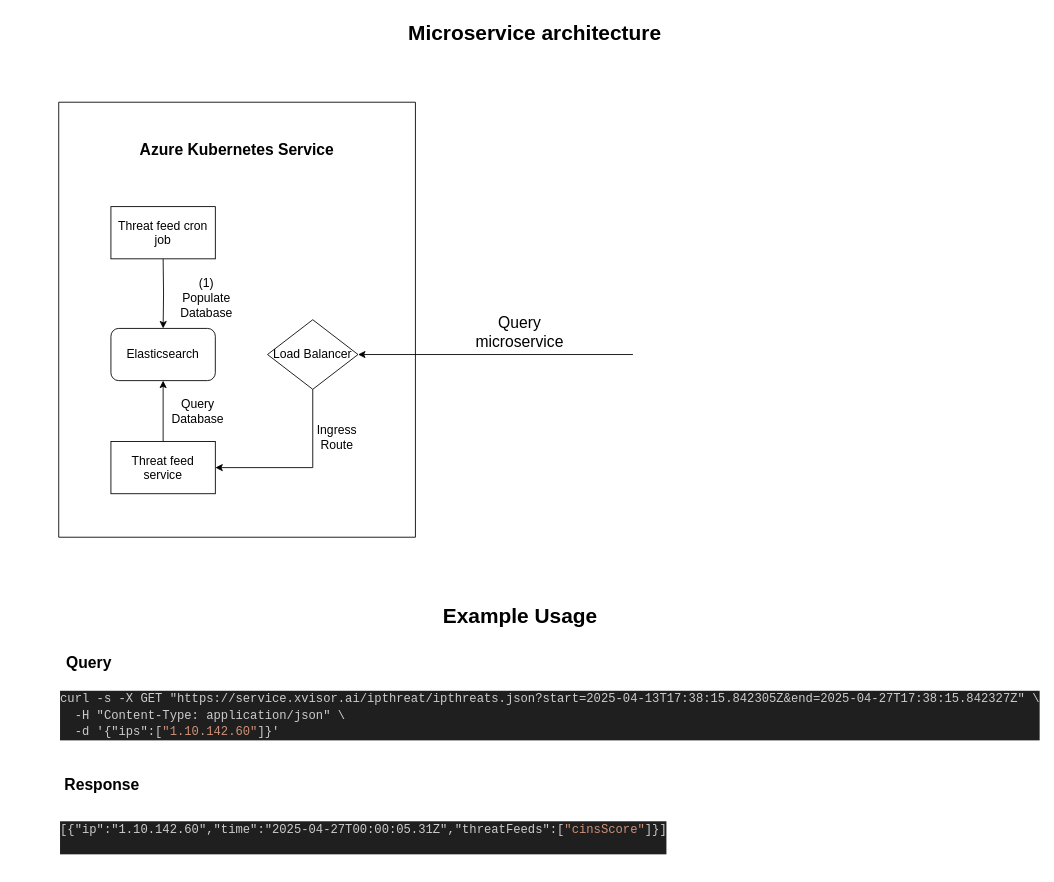
The draw.io diagram diagrams/threat-feeds-microservice.drawio in aNameNobodyChose/Ennetix-resume, before the edit. Source tidied: cells renumbered, new cells numbered last; positions are measured from the earlier drawing's top-left corner, leaving out a move shared by most shapes. Both pictures are drawn from the tidied source at 87%, with x=0, y=0 at pixel (15, 15).
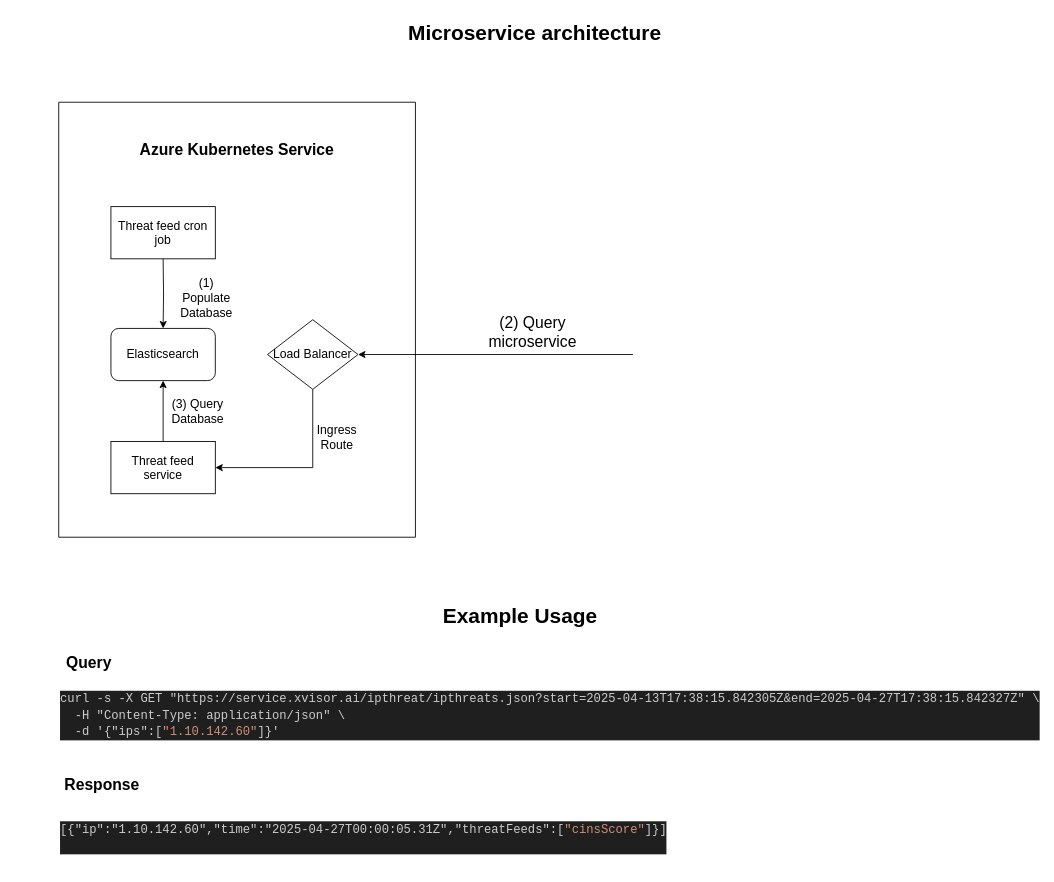
The same page after the edit.

The change refers to these unchanged cells:
```xml
<mxCell id="11" style="swimlane;startSize=0;" parent="1" vertex="1">
  <mxGeometry x="50" y="100" width="410" height="500" as="geometry" />
</mxCell>
```

Change to the diagram source:
```diff
@@
-    <mxCell id="13" value="&lt;font style=&quot;font-size: 14px;&quot;&gt;Query Database&lt;/font&gt;" style="text;html=1;align=center;verticalAlign=middle;whiteSpace=wrap;rounded=0;" parent="11" vertex="1">
+    <mxCell id="13" value="&lt;font style=&quot;font-size: 14px;&quot;&gt;(3) Query Database&lt;/font&gt;" style="text;html=1;align=center;verticalAlign=middle;whiteSpace=wrap;rounded=0;" parent="11" vertex="1">
       <mxGeometry x="120" y="340" width="80" height="30" as="geometry" />
     </mxCell>
@@
-    <mxCell id="16" value="&lt;font style=&quot;font-size: 18px;&quot;&gt;Query microservice&lt;/font&gt;" style="text;html=1;align=center;verticalAlign=middle;whiteSpace=wrap;rounded=0;" parent="1" vertex="1">
-      <mxGeometry x="550" y="350" width="60" height="30" as="geometry" />
+    <mxCell id="16" value="&lt;font style=&quot;font-size: 18px;&quot;&gt;(2) Query microservice&lt;/font&gt;" style="text;html=1;align=center;verticalAlign=middle;whiteSpace=wrap;rounded=0;" parent="1" vertex="1">
+      <mxGeometry x="550" y="350" width="90" height="30" as="geometry" />
     </mxCell>
```
